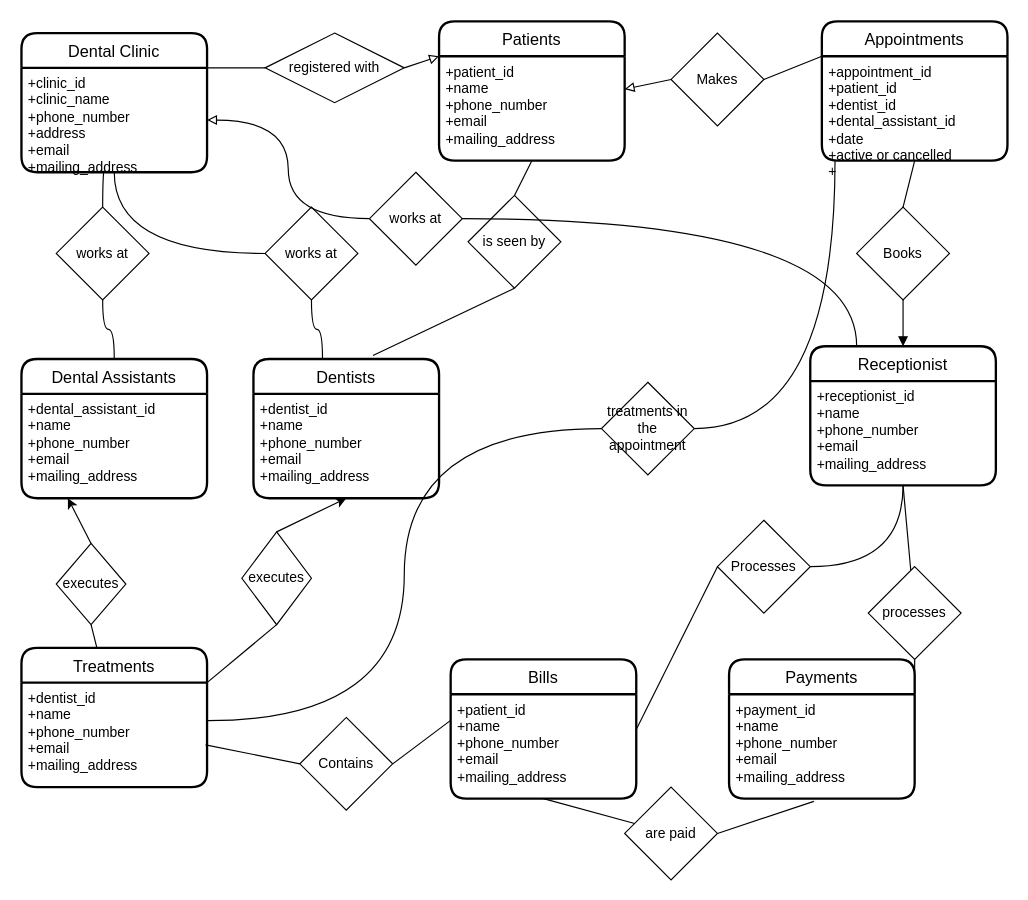
Before: MyDentalClinicDiagram.drawio in gituser514/Diagram, a draw.io diagram. Source tidied: cells renumbered, new cells numbered last; positions are measured from the earlier drawing's top-left corner, leaving out a move shared by most shapes. Both pictures are drawn from the tidied source at 116%, with x=0, y=0 at pixel (21, 21).
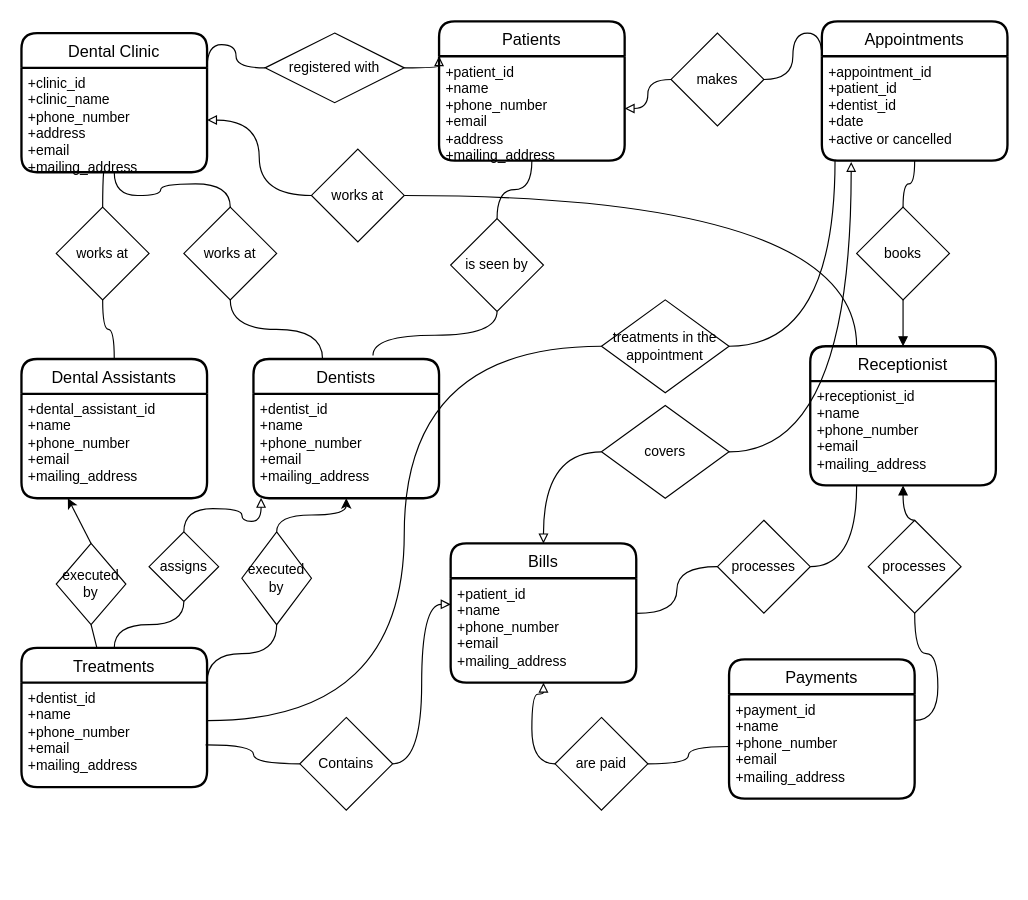
The same diagram, later.

Unchanged cells that the change refers to:
```xml
<mxCell id="3" value="+clinic_id&lt;br&gt;+clinic_name&lt;br&gt;&lt;div&gt;+phone_number&lt;/div&gt;&lt;div&gt;+address &lt;br&gt;&lt;/div&gt;&lt;div&gt;+email&lt;/div&gt;&lt;div&gt;+mailing_address&lt;br&gt;&lt;/div&gt;" style="align=left;strokeColor=none;fillColor=none;spacingLeft=4;fontSize=12;verticalAlign=top;html=1;" parent="2" vertex="1">
  <mxGeometry y="30" width="160" height="90" as="geometry" />
</mxCell>
<mxCell id="4" value="Dentists" style="swimlane;horizontal=1;startSize=30;rounded=1;fontSize=14;fontStyle=0;strokeWidth=2;shadow=0;dashed=0;align=center;" parent="1" vertex="1">
  <mxGeometry x="200" y="291" width="160" height="120" as="geometry" />
</mxCell>
<mxCell id="5" value="+dentist_id&lt;br&gt;+name&lt;br&gt;&lt;div&gt;+phone_number&lt;/div&gt;&lt;div&gt;+email&lt;/div&gt;&lt;div&gt;+mailing_address&lt;br&gt;&lt;/div&gt;" style="align=left;strokeColor=none;fillColor=none;spacingLeft=4;fontSize=12;verticalAlign=top;html=1;" parent="4" vertex="1">
  <mxGeometry y="30" width="160" height="90" as="geometry" />
</mxCell>
<mxCell id="6" value="Patients" style="swimlane;horizontal=1;startSize=30;rounded=1;fontSize=14;fontStyle=0;strokeWidth=2;shadow=0;dashed=0;align=center;" parent="1" vertex="1">
  <mxGeometry x="360" width="160" height="120" as="geometry" />
</mxCell>
<mxCell id="10" value="Treatments " style="swimlane;horizontal=1;startSize=30;rounded=1;fontSize=14;fontStyle=0;strokeWidth=2;shadow=0;dashed=0;align=center;" parent="1" vertex="1">
  <mxGeometry y="540" width="160" height="120" as="geometry" />
</mxCell>
<mxCell id="11" value="+dentist_id&lt;br&gt;+name&lt;br&gt;&lt;div&gt;+phone_number&lt;/div&gt;&lt;div&gt;+email&lt;/div&gt;&lt;div&gt;+mailing_address&lt;br&gt;&lt;/div&gt;" style="align=left;strokeColor=none;fillColor=none;spacingLeft=4;fontSize=12;verticalAlign=top;html=1;" parent="10" vertex="1">
  <mxGeometry y="30" width="160" height="90" as="geometry" />
</mxCell>
<mxCell id="12" value="Appointments" style="swimlane;horizontal=1;startSize=30;rounded=1;fontSize=14;fontStyle=0;strokeWidth=2;shadow=0;dashed=0;align=center;" parent="1" vertex="1">
  <mxGeometry x="690" width="160" height="120" as="geometry" />
</mxCell>
<mxCell id="15" value="+patient_id&lt;br&gt;+name&lt;br&gt;&lt;div&gt;+phone_number&lt;/div&gt;&lt;div&gt;+email&lt;/div&gt;&lt;div&gt;+mailing_address&lt;br&gt;&lt;/div&gt;" style="align=left;strokeColor=none;fillColor=none;spacingLeft=4;fontSize=12;verticalAlign=top;html=1;" parent="14" vertex="1">
  <mxGeometry y="30" width="160" height="90" as="geometry" />
</mxCell>
<mxCell id="18" value="registered with" style="shape=rhombus;perimeter=rhombusPerimeter;whiteSpace=wrap;html=1;align=center;" parent="1" vertex="1">
  <mxGeometry x="210" y="10" width="120" height="60" as="geometry" />
</mxCell>
<mxCell id="19" value="Receptionist" style="swimlane;horizontal=1;startSize=30;rounded=1;fontSize=14;fontStyle=0;strokeWidth=2;shadow=0;dashed=0;align=center;" parent="1" vertex="1">
  <mxGeometry x="680" y="280" width="160" height="120" as="geometry" />
</mxCell>
<mxCell id="20" value="+receptionist_id&lt;br&gt;+name&lt;br&gt;&lt;div&gt;+phone_number&lt;/div&gt;&lt;div&gt;+email&lt;/div&gt;&lt;div&gt;+mailing_address&lt;br&gt;&lt;/div&gt;" style="align=left;strokeColor=none;fillColor=none;spacingLeft=4;fontSize=12;verticalAlign=top;html=1;" parent="19" vertex="1">
  <mxGeometry y="30" width="160" height="90" as="geometry" />
</mxCell>
<mxCell id="33" value="Contains" style="rhombus;whiteSpace=wrap;html=1;rounded=0;sketch=0;" parent="1" vertex="1">
  <mxGeometry x="240" y="600" width="80" height="80" as="geometry" />
</mxCell>
<mxCell id="43" value="+payment_id&lt;br&gt;+name&lt;br&gt;&lt;div&gt;+phone_number&lt;/div&gt;&lt;div&gt;+email&lt;/div&gt;&lt;div&gt;+mailing_address&lt;br&gt;&lt;/div&gt;" style="align=left;strokeColor=none;fillColor=none;spacingLeft=4;fontSize=12;verticalAlign=top;html=1;" parent="42" vertex="1">
  <mxGeometry y="30" width="160" height="90" as="geometry" />
</mxCell>
```

Change to the diagram source:
```diff
@@
-    <mxCell id="7" value="+patient_id&lt;br&gt;+name&lt;br&gt;&lt;div&gt;+phone_number&lt;/div&gt;&lt;div&gt;+email&lt;/div&gt;&lt;div&gt;+mailing_address&lt;br&gt;&lt;/div&gt;" style="align=left;strokeColor=none;fillColor=none;spacingLeft=4;fontSize=12;verticalAlign=top;html=1;" parent="6" vertex="1">
+    <mxCell id="7" value="+patient_id&lt;br&gt;+name&lt;br&gt;&lt;div&gt;+phone_number&lt;/div&gt;&lt;div&gt;+email&lt;br&gt;+address &lt;br&gt;&lt;/div&gt;&lt;div&gt;+mailing_address&lt;br&gt;&lt;/div&gt;" style="align=left;strokeColor=none;fillColor=none;spacingLeft=4;fontSize=12;verticalAlign=top;html=1;" parent="6" vertex="1">
       <mxGeometry y="30" width="160" height="90" as="geometry" />
     </mxCell>
@@
-    <mxCell id="13" value="&lt;div&gt;+appointment_id&lt;/div&gt;&lt;div&gt;+patient_id&lt;/div&gt;&lt;div&gt;+dentist_id&lt;/div&gt;&lt;div&gt;+dental_assistant_id&lt;br&gt;&lt;/div&gt;&lt;div&gt;+date&lt;br&gt;&lt;/div&gt;&lt;div&gt;+active or cancelled&lt;br&gt;&lt;/div&gt;&lt;div&gt;+&lt;br&gt;&lt;/div&gt;" style="align=left;strokeColor=none;fillColor=none;spacingLeft=4;fontSize=12;verticalAlign=top;html=1;" parent="12" vertex="1">
+    <mxCell id="13" value="&lt;div&gt;+appointment_id&lt;/div&gt;&lt;div&gt;+patient_id&lt;/div&gt;&lt;div&gt;+dentist_id&lt;/div&gt;&lt;div&gt;+date&lt;br&gt;&lt;/div&gt;&lt;div&gt;+active or cancelled&lt;br&gt;&lt;/div&gt;&lt;div&gt;&lt;br&gt;&lt;/div&gt;" style="align=left;strokeColor=none;fillColor=none;spacingLeft=4;fontSize=12;verticalAlign=top;html=1;" parent="12" vertex="1">
       <mxGeometry y="30" width="160" height="90" as="geometry" />
     </mxCell>
     <mxCell id="14" value="Bills" style="swimlane;horizontal=1;startSize=30;rounded=1;fontSize=14;fontStyle=0;strokeWidth=2;shadow=0;align=center;fillColor=none;" parent="1" vertex="1">
-      <mxGeometry x="370" y="550" width="160" height="120" as="geometry" />
+      <mxGeometry x="370" y="450" width="160" height="120" as="geometry" />
     </mxCell>
@@
-    <mxCell id="16" style="rounded=0;jettySize=auto;html=1;entryX=1;entryY=0;entryDx=0;entryDy=0;endArrow=none;endFill=0;" parent="1" edge="1" source="18" target="3">
+    <mxCell id="16" style="rounded=0;jettySize=auto;html=1;entryX=1;entryY=0;entryDx=0;entryDy=0;endArrow=none;endFill=0;edgeStyle=orthogonalEdgeStyle;curved=1;" parent="1" edge="1" source="18" target="3">
       <mxGeometry relative="1" as="geometry" />
     </mxCell>
-    <mxCell id="17" style="edgeStyle=none;rounded=0;jettySize=auto;html=1;entryX=0;entryY=0;entryDx=0;entryDy=0;endArrow=block;endFill=0;exitX=1;exitY=0.5;exitDx=0;exitDy=0;" parent="1" edge="1" source="18" target="7">
+    <mxCell id="17" style="edgeStyle=orthogonalEdgeStyle;rounded=0;jettySize=auto;html=1;entryX=0;entryY=0;entryDx=0;entryDy=0;endArrow=block;endFill=0;exitX=1;exitY=0.5;exitDx=0;exitDy=0;curved=1;" parent="1" edge="1" source="18" target="7">
       <mxGeometry relative="1" as="geometry" />
     </mxCell>
@@
-    <mxCell id="21" value="Processes" style="rhombus;whiteSpace=wrap;html=1;rounded=0;sketch=0;" parent="1" vertex="1">
+    <mxCell id="21" value="processes" style="rhombus;whiteSpace=wrap;html=1;rounded=0;sketch=0;" parent="1" vertex="1">
       <mxGeometry x="600" y="430" width="80" height="80" as="geometry" />
     </mxCell>
-    <mxCell id="22" style="endArrow=none;html=1;rounded=1;sketch=0;curved=0;entryX=0;entryY=0.5;entryDx=0;entryDy=0;exitX=1;exitY=0.337;exitDx=0;exitDy=0;exitPerimeter=0;" parent="1" edge="1" source="15" target="21">
+    <mxCell id="22" style="endArrow=none;html=1;rounded=1;sketch=0;curved=1;entryX=0;entryY=0.5;entryDx=0;entryDy=0;exitX=1;exitY=0.337;exitDx=0;exitDy=0;exitPerimeter=0;edgeStyle=orthogonalEdgeStyle;" parent="1" edge="1" source="15" target="21">
       <mxGeometry relative="1" as="geometry" />
     </mxCell>
@@
-    <mxCell id="24" style="endArrow=classic;html=1;rounded=1;sketch=0;curved=0;entryX=0.5;entryY=1;entryDx=0;entryDy=0;startArrow=none;exitX=0.5;exitY=0;exitDx=0;exitDy=0;" parent="1" edge="1" source="28" target="5">
+    <mxCell id="24" style="endArrow=classic;html=1;rounded=1;sketch=0;curved=1;entryX=0.5;entryY=1;entryDx=0;entryDy=0;startArrow=none;exitX=0.5;exitY=0;exitDx=0;exitDy=0;edgeStyle=orthogonalEdgeStyle;" parent="1" edge="1" source="28" target="5">
       <mxGeometry relative="1" as="geometry" />
     </mxCell>
-    <mxCell id="25" style="endArrow=none;html=1;rounded=1;sketch=0;curved=0;exitX=1;exitY=0.5;exitDx=0;exitDy=0;entryX=0;entryY=0.25;entryDx=0;entryDy=0;startArrow=none;" parent="1" edge="1" source="33" target="15">
+    <mxCell id="25" style="endArrow=block;html=1;rounded=1;sketch=0;curved=1;exitX=1;exitY=0.5;exitDx=0;exitDy=0;entryX=0;entryY=0.25;entryDx=0;entryDy=0;startArrow=none;edgeStyle=orthogonalEdgeStyle;endFill=0;" parent="1" edge="1" source="33" target="15">
       <mxGeometry relative="1" as="geometry" />
     </mxCell>
@@
-    <mxCell id="27" value="executes" style="rhombus;whiteSpace=wrap;html=1;rounded=0;sketch=0;" parent="1" vertex="1">
+    <mxCell id="27" value="executed by" style="rhombus;whiteSpace=wrap;html=1;rounded=0;sketch=0;" parent="1" vertex="1">
       <mxGeometry x="30" y="450" width="60" height="70" as="geometry" />
     </mxCell>
-    <mxCell id="28" value="executes" style="rhombus;whiteSpace=wrap;html=1;rounded=0;sketch=0;" parent="1" vertex="1">
+    <mxCell id="28" value="executed by" style="rhombus;whiteSpace=wrap;html=1;rounded=0;sketch=0;" parent="1" vertex="1">
       <mxGeometry x="190" y="440" width="60" height="80" as="geometry" />
     </mxCell>
-    <mxCell id="29" style="endArrow=none;html=1;rounded=1;sketch=0;curved=0;entryX=0.5;entryY=1;entryDx=0;entryDy=0;exitX=1;exitY=0;exitDx=0;exitDy=0;" parent="1" edge="1" source="11" target="28">
+    <mxCell id="29" style="endArrow=none;html=1;rounded=1;sketch=0;curved=1;entryX=0.5;entryY=1;entryDx=0;entryDy=0;exitX=1;exitY=0;exitDx=0;exitDy=0;edgeStyle=orthogonalEdgeStyle;" parent="1" edge="1" source="11" target="28">
       <mxGeometry relative="1" as="geometry" />
     </mxCell>
-    <mxCell id="30" style="endArrow=block;html=1;rounded=1;sketch=0;curved=0;exitX=0;exitY=0.5;exitDx=0;exitDy=0;endFill=0;" parent="1" edge="1" source="32" target="7">
+    <mxCell id="30" style="endArrow=block;html=1;rounded=1;sketch=0;curved=1;exitX=0;exitY=0.5;exitDx=0;exitDy=0;endFill=0;edgeStyle=orthogonalEdgeStyle;" parent="1" edge="1" source="32" target="7">
       <mxGeometry relative="1" as="geometry" />
     </mxCell>
-    <mxCell id="31" style="edgeStyle=none;rounded=0;jettySize=auto;html=1;entryX=0;entryY=0;entryDx=0;entryDy=0;endArrow=none;endFill=0;exitX=1;exitY=0.5;exitDx=0;exitDy=0;" parent="1" edge="1" source="32" target="13">
+    <mxCell id="31" style="edgeStyle=orthogonalEdgeStyle;rounded=0;jettySize=auto;html=1;entryX=0;entryY=0;entryDx=0;entryDy=0;endArrow=none;endFill=0;exitX=1;exitY=0.5;exitDx=0;exitDy=0;curved=1;" parent="1" edge="1" source="32" target="13">
       <mxGeometry relative="1" as="geometry" />
     </mxCell>
-    <mxCell id="32" value="Makes" style="rhombus;whiteSpace=wrap;html=1;rounded=0;sketch=0;" parent="1" vertex="1">
+    <mxCell id="32" value="makes" style="rhombus;whiteSpace=wrap;html=1;rounded=0;sketch=0;" parent="1" vertex="1">
       <mxGeometry x="560" y="10" width="80" height="80" as="geometry" />
     </mxCell>
@@
-    <mxCell id="34" style="endArrow=none;html=1;rounded=1;sketch=0;curved=0;exitX=0.992;exitY=0.596;exitDx=0;exitDy=0;entryX=0;entryY=0.5;entryDx=0;entryDy=0;exitPerimeter=0;" parent="1" edge="1" source="11" target="33">
+    <mxCell id="34" style="endArrow=none;html=1;rounded=1;sketch=0;curved=1;exitX=0.992;exitY=0.596;exitDx=0;exitDy=0;entryX=0;entryY=0.5;entryDx=0;entryDy=0;exitPerimeter=0;edgeStyle=orthogonalEdgeStyle;" parent="1" edge="1" source="11" target="33">
       <mxGeometry relative="1" as="geometry" />
     </mxCell>
-    <mxCell id="35" style="endArrow=none;html=1;rounded=1;sketch=0;curved=1;entryX=0.5;entryY=1;entryDx=0;entryDy=0;exitX=1;exitY=0.5;exitDx=0;exitDy=0;edgeStyle=orthogonalEdgeStyle;" parent="1" edge="1" source="21" target="20">
+    <mxCell id="35" style="endArrow=none;html=1;rounded=1;sketch=0;curved=1;entryX=0.25;entryY=1;entryDx=0;entryDy=0;exitX=1;exitY=0.5;exitDx=0;exitDy=0;edgeStyle=orthogonalEdgeStyle;" parent="1" edge="1" source="21" target="20">
       <mxGeometry relative="1" as="geometry" />
     </mxCell>
-    <mxCell id="36" style="endArrow=block;html=1;rounded=1;sketch=0;curved=0;entryX=0.5;entryY=0;entryDx=0;entryDy=0;exitX=0.5;exitY=1;exitDx=0;exitDy=0;endFill=1;" parent="1" edge="1" source="38" target="19">
+    <mxCell id="36" style="endArrow=block;html=1;rounded=1;sketch=0;curved=1;entryX=0.5;entryY=0;entryDx=0;entryDy=0;exitX=0.5;exitY=1;exitDx=0;exitDy=0;endFill=1;edgeStyle=orthogonalEdgeStyle;" parent="1" edge="1" source="38" target="19">
       <mxGeometry relative="1" as="geometry" />
     </mxCell>
-    <mxCell id="37" style="rounded=0;jettySize=auto;html=1;entryX=0.5;entryY=1;entryDx=0;entryDy=0;endArrow=none;endFill=0;exitX=0.5;exitY=0;exitDx=0;exitDy=0;" parent="1" edge="1" source="38" target="13">
+    <mxCell id="37" style="rounded=0;jettySize=auto;html=1;entryX=0.5;entryY=1;entryDx=0;entryDy=0;endArrow=none;endFill=0;exitX=0.5;exitY=0;exitDx=0;exitDy=0;edgeStyle=orthogonalEdgeStyle;curved=1;" parent="1" edge="1" source="38" target="13">
       <mxGeometry relative="1" as="geometry" />
     </mxCell>
-    <mxCell id="38" value="Books" style="rhombus;whiteSpace=wrap;html=1;rounded=0;sketch=0;" parent="1" vertex="1">
+    <mxCell id="38" value="books" style="rhombus;whiteSpace=wrap;html=1;rounded=0;sketch=0;" parent="1" vertex="1">
       <mxGeometry x="720" y="160" width="80" height="80" as="geometry" />
     </mxCell>
-    <mxCell id="39" style="edgeStyle=none;rounded=0;jettySize=auto;html=1;entryX=0.644;entryY=-0.025;entryDx=0;entryDy=0;endArrow=none;endFill=0;exitX=0.5;exitY=1;exitDx=0;exitDy=0;entryPerimeter=0;" parent="1" edge="1" source="41" target="4">
+    <mxCell id="39" style="edgeStyle=orthogonalEdgeStyle;rounded=0;jettySize=auto;html=1;entryX=0.644;entryY=-0.025;entryDx=0;entryDy=0;endArrow=none;endFill=0;exitX=0.5;exitY=1;exitDx=0;exitDy=0;entryPerimeter=0;curved=1;" parent="1" edge="1" source="41" target="4">
       <mxGeometry relative="1" as="geometry" />
     </mxCell>
-    <mxCell id="40" style="edgeStyle=none;rounded=0;jettySize=auto;html=1;entryX=0.5;entryY=1;entryDx=0;entryDy=0;endArrow=none;endFill=0;exitX=0.5;exitY=0;exitDx=0;exitDy=0;" parent="1" edge="1" source="41" target="6">
+    <mxCell id="40" style="edgeStyle=orthogonalEdgeStyle;rounded=0;jettySize=auto;html=1;entryX=0.5;entryY=1;entryDx=0;entryDy=0;endArrow=none;endFill=0;exitX=0.5;exitY=0;exitDx=0;exitDy=0;curved=1;" parent="1" edge="1" source="41" target="6">
       <mxGeometry relative="1" as="geometry" />
     </mxCell>
     <mxCell id="41" value="is seen by " style="rhombus;whiteSpace=wrap;html=1;rounded=0;sketch=0;" parent="1" vertex="1">
-      <mxGeometry x="385" y="150" width="80" height="80" as="geometry" />
+      <mxGeometry x="370" y="170" width="80" height="80" as="geometry" />
     </mxCell>
@@
-    <mxCell id="44" style="edgeStyle=none;rounded=0;jettySize=auto;html=1;entryX=1;entryY=0.25;entryDx=0;entryDy=0;endArrow=none;endFill=0;" parent="1" edge="1" source="46" target="43">
+    <mxCell id="44" style="edgeStyle=orthogonalEdgeStyle;rounded=0;jettySize=auto;html=1;entryX=1;entryY=0.25;entryDx=0;entryDy=0;endArrow=none;endFill=0;curved=1;" parent="1" edge="1" source="46" target="43">
       <mxGeometry relative="1" as="geometry" />
     </mxCell>
-    <mxCell id="45" style="edgeStyle=none;rounded=0;jettySize=auto;html=1;entryX=0.5;entryY=1;entryDx=0;entryDy=0;endArrow=none;endFill=0;" parent="1" edge="1" source="46" target="20">
+    <mxCell id="45" style="edgeStyle=orthogonalEdgeStyle;rounded=0;jettySize=auto;html=1;entryX=0.5;entryY=1;entryDx=0;entryDy=0;endArrow=block;endFill=1;exitX=0.5;exitY=0;exitDx=0;exitDy=0;curved=1;" parent="1" edge="1" source="46" target="20">
       <mxGeometry relative="1" as="geometry" />
     </mxCell>
     <mxCell id="46" value="processes" style="rhombus;whiteSpace=wrap;html=1;rounded=0;sketch=0;" parent="1" vertex="1">
-      <mxGeometry x="730" y="470" width="80" height="80" as="geometry" />
+      <mxGeometry x="730" y="430" width="80" height="80" as="geometry" />
     </mxCell>
-    <mxCell id="47" style="edgeStyle=none;rounded=0;jettySize=auto;html=1;entryX=0.457;entryY=1.026;entryDx=0;entryDy=0;endArrow=none;endFill=0;entryPerimeter=0;" parent="1" edge="1" target="43">
-      <mxGeometry relative="1" as="geometry">
-        <mxPoint x="600" y="700" as="sourcePoint" />
-      </mxGeometry>
+    <mxCell id="47" style="edgeStyle=orthogonalEdgeStyle;rounded=0;jettySize=auto;html=1;entryX=0;entryY=0.5;entryDx=0;entryDy=0;endArrow=none;endFill=0;exitX=1;exitY=0.5;exitDx=0;exitDy=0;curved=1;" parent="1" edge="1" source="49" target="43">
+      <mxGeometry relative="1" as="geometry" />
     </mxCell>
-    <mxCell id="48" style="edgeStyle=none;rounded=0;jettySize=auto;html=1;entryX=0.5;entryY=1;entryDx=0;entryDy=0;endArrow=none;endFill=0;" parent="1" edge="1" source="49" target="15">
+    <mxCell id="48" style="edgeStyle=orthogonalEdgeStyle;rounded=0;jettySize=auto;html=1;entryX=0.5;entryY=1;entryDx=0;entryDy=0;endArrow=block;endFill=0;exitX=0;exitY=0.5;exitDx=0;exitDy=0;curved=1;" parent="1" edge="1" source="49" target="15">
       <mxGeometry relative="1" as="geometry" />
     </mxCell>
     <mxCell id="49" value="are paid" style="rhombus;whiteSpace=wrap;html=1;rounded=0;sketch=0;" parent="1" vertex="1">
-      <mxGeometry x="520" y="660" width="80" height="80" as="geometry" />
+      <mxGeometry x="460" y="600" width="80" height="80" as="geometry" />
     </mxCell>
@@
     <mxCell id="55" value="works at" style="rhombus;whiteSpace=wrap;html=1;rounded=0;sketch=0;" parent="1" vertex="1">
-      <mxGeometry x="210" y="160" width="80" height="80" as="geometry" />
+      <mxGeometry x="140" y="160" width="80" height="80" as="geometry" />
     </mxCell>
@@
     <mxCell id="58" value="works at" style="rhombus;whiteSpace=wrap;html=1;rounded=0;sketch=0;" parent="1" vertex="1">
-      <mxGeometry x="300" y="130" width="80" height="80" as="geometry" />
+      <mxGeometry x="250" y="110" width="80" height="80" as="geometry" />
     </mxCell>
@@
     <mxCell id="61" value="treatments in the appointment " style="rhombus;whiteSpace=wrap;html=1;rounded=0;sketch=0;" parent="1" vertex="1">
-      <mxGeometry x="500" y="311" width="80" height="80" as="geometry" />
+      <mxGeometry x="500" y="240" width="110" height="80" as="geometry" />
     </mxCell>
+    <mxCell id="62" style="edgeStyle=orthogonalEdgeStyle;curved=1;rounded=0;jettySize=auto;html=1;endArrow=none;endFill=0;entryX=0.5;entryY=0;entryDx=0;entryDy=0;" parent="1" edge="1" source="64" target="10">
+      <mxGeometry relative="1" as="geometry" />
+    </mxCell>
+    <mxCell id="63" style="edgeStyle=orthogonalEdgeStyle;curved=1;rounded=0;jettySize=auto;html=1;endArrow=block;endFill=0;entryX=0.041;entryY=0.996;entryDx=0;entryDy=0;exitX=0.5;exitY=0;exitDx=0;exitDy=0;entryPerimeter=0;" parent="1" edge="1" source="64" target="5">
+      <mxGeometry relative="1" as="geometry" />
+    </mxCell>
+    <mxCell id="64" value="assigns " style="rhombus;whiteSpace=wrap;html=1;rounded=0;sketch=0;" parent="1" vertex="1">
+      <mxGeometry x="110" y="440" width="60" height="60" as="geometry" />
+    </mxCell>
+    <mxCell id="65" style="edgeStyle=orthogonalEdgeStyle;curved=1;rounded=0;jettySize=auto;html=1;entryX=0.158;entryY=1.012;entryDx=0;entryDy=0;entryPerimeter=0;endArrow=block;endFill=0;" parent="1" edge="1" source="67" target="13">
+      <mxGeometry relative="1" as="geometry" />
+    </mxCell>
+    <mxCell id="66" style="edgeStyle=orthogonalEdgeStyle;curved=1;rounded=0;jettySize=auto;html=1;entryX=0.5;entryY=0;entryDx=0;entryDy=0;endArrow=block;endFill=0;exitX=0;exitY=0.5;exitDx=0;exitDy=0;" parent="1" edge="1" source="67" target="14">
+      <mxGeometry relative="1" as="geometry" />
+    </mxCell>
+    <mxCell id="67" value="covers" style="rhombus;whiteSpace=wrap;html=1;rounded=0;sketch=0;" parent="1" vertex="1">
+      <mxGeometry x="500" y="331" width="110" height="80" as="geometry" />
+    </mxCell>
```
